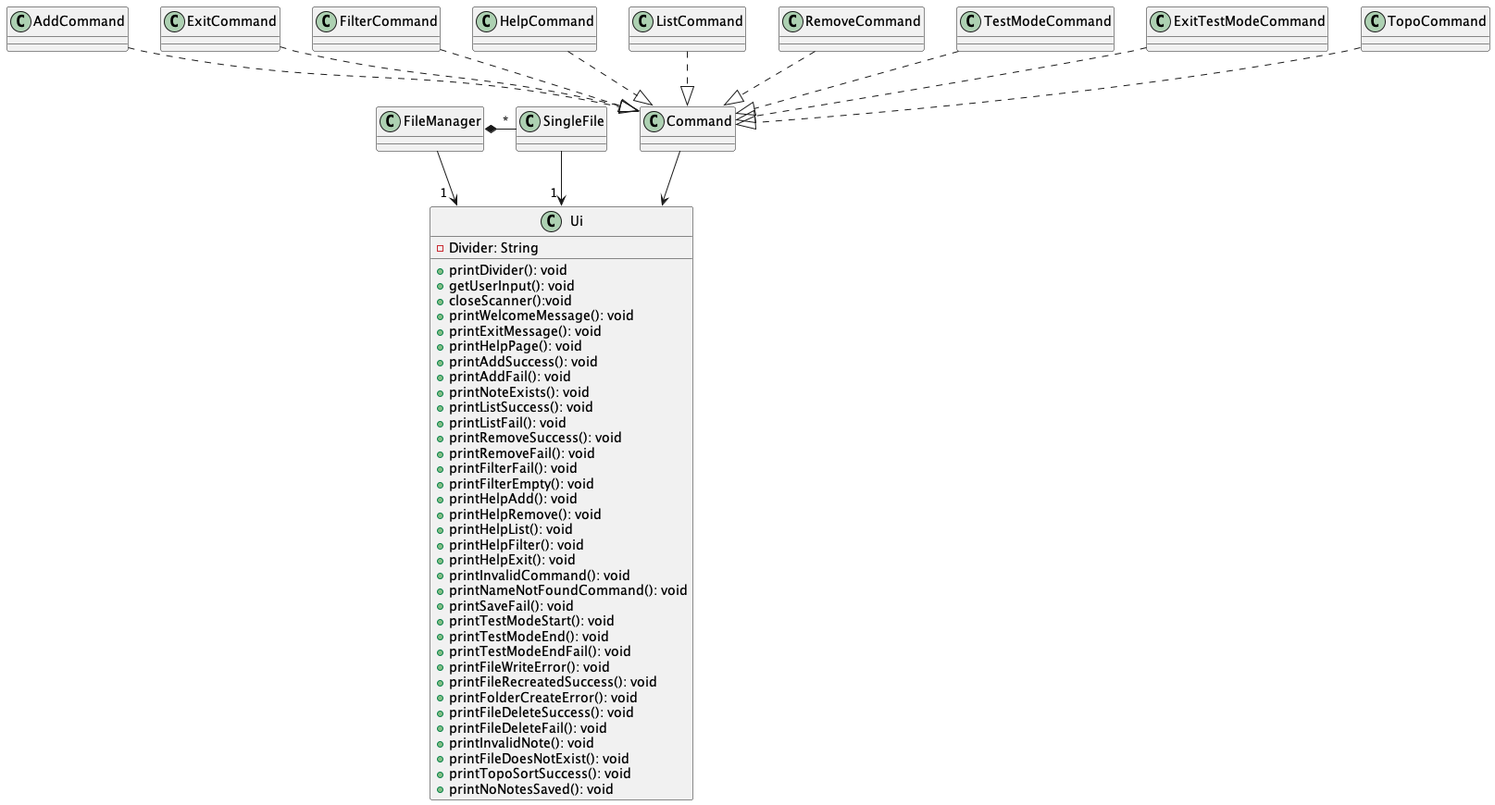
This is docs/uml/diagrams/UiClass.png from ong-ck/tp, a PlantUML export, as it was before one commit.
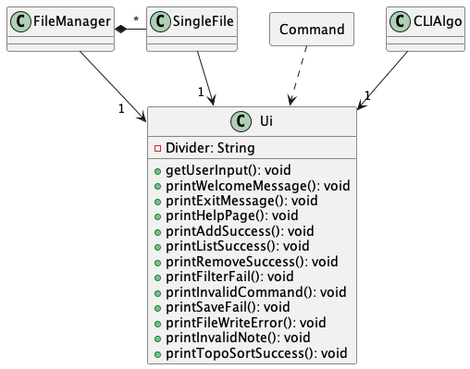
After the change.

The edit, as a diff of the source:
```diff
@@ -2,57 +2,30 @@
 
 class Ui {
 -Divider: String
-+printDivider(): void
 +getUserInput(): void
-+closeScanner():void
 +printWelcomeMessage(): void
 +printExitMessage(): void
 +printHelpPage(): void
 +printAddSuccess(): void
-+printAddFail(): void
-+printNoteExists(): void
 +printListSuccess(): void
-+printListFail(): void
 +printRemoveSuccess(): void
-+printRemoveFail(): void
 +printFilterFail(): void
-+printFilterEmpty(): void
-+printHelpAdd(): void
-+printHelpRemove(): void
-+printHelpList(): void
-+printHelpFilter(): void
-+printHelpExit(): void
 +printInvalidCommand(): void
-+printNameNotFoundCommand(): void
 +printSaveFail(): void
-+printTestModeStart(): void
-+printTestModeEnd(): void
-+printTestModeEndFail(): void
 +printFileWriteError(): void
-+printFileRecreatedSuccess(): void
-+printFolderCreateError(): void
-+printFileDeleteSuccess(): void
-+printFileDeleteFail(): void
 +printInvalidNote(): void
-+printFileDoesNotExist(): void
 +printTopoSortSuccess(): void
-+printNoNotesSaved(): void
 }
 
-FileManager --> "1  " Ui
+package Command <<Rectangle>> {
+}
+
+CLIAlgo--> "1" Ui
+
+FileManager --> "1    " Ui
 FileManager *- "*" SingleFile
-SingleFile --> "1 " Ui
+SingleFile --> "1  " Ui
 
-Command --> Ui
-
-AddCommand ..|> Command
-ExitCommand ..|> Command
-FilterCommand ..|> Command
-HelpCommand ..|> Command
-ListCommand ..|> Command
-RemoveCommand ..|> Command
-TestModeCommand ..|> Command
-ExitTestModeCommand ..|> Command
-TopoCommand ..|> Command
+Command ..> Ui
 
 @enduml
```
